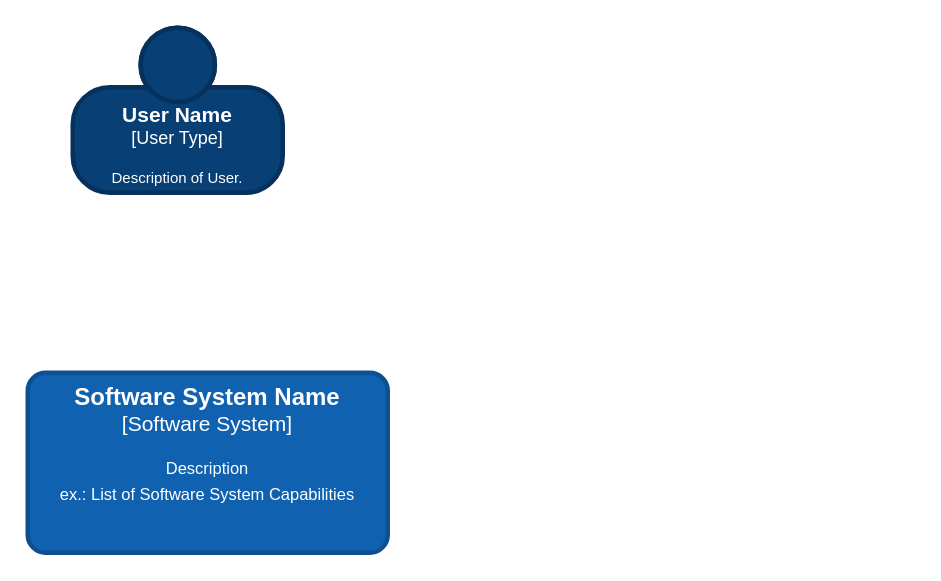
Dmitriys8/drawio keeps this draw.io diagram as Untitled Diagram.drawio. Above is the earlier version. Source tidied: cells renumbered, new cells numbered last; positions are measured from the earlier drawing's top-left corner, leaving out a move shared by most shapes. Both pictures are drawn from the tidied source at 150%, with x=0, y=0 at pixel (27, 27).
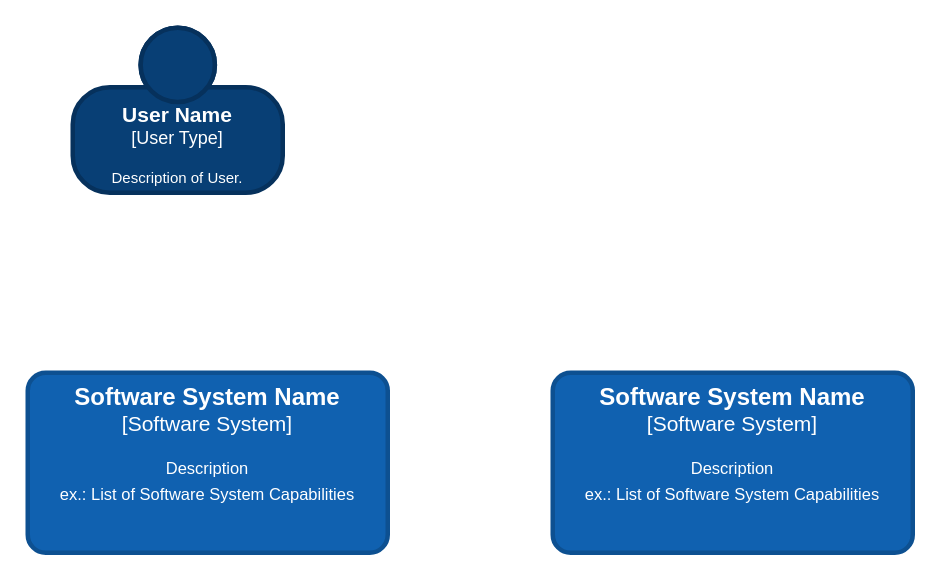
The same diagram, later.

Change to the diagram source:
```diff
@@
 <mxGraphModel>
   <root>
     <mxCell id="0" />
     <mxCell id="1" parent="0" />
     <object id="2" label="&lt;font size=&quot;1&quot;&gt;&lt;b style=&quot;font-size: 14px;&quot;&gt;%c4Name%&lt;/b&gt;&lt;/font&gt;&lt;div&gt;&lt;font style=&quot;font-size: 12px;&quot;&gt;[%c4Type%]&lt;/font&gt;&lt;/div&gt;&lt;br style=&quot;font-size: 14px;&quot;&gt;&lt;div&gt;&lt;font style=&quot;font-size: 10px;&quot;&gt;%c4Description%&lt;/font&gt;&lt;/div&gt;" c4Description="Description of User." c4Name="User Name" c4Type="User Type" placeholders="1">
       <mxCell style="html=1;fontSize=11;dashed=0;whitespace=wrap;fillColor=#083F75;strokeColor=#06315C;fontColor=#fff;shape=mxgraph.c4.person2;align=center;strokeWidth=3;spacingTop=6;whiteSpace=wrap;" parent="1" vertex="1">
         <mxGeometry x="30" width="140" height="110" as="geometry" />
       </mxCell>
     </object>
     <object id="3" label="&lt;font style=&quot;font-size: 16px;&quot;&gt;&lt;b&gt;%c4Name%&lt;/b&gt;&lt;/font&gt;&lt;div style=&quot;font-size: 14px;&quot;&gt;[Software System]&lt;/div&gt;&lt;br style=&quot;font-size: 14px;&quot;&gt;&lt;div style=&quot;font-size: 14px;&quot;&gt;&lt;font style=&quot;font-size: 11px;&quot;&gt;%c4Description%&lt;/font&gt;&lt;/div&gt;" c4Description="Description&#10;ex.: List of Software System Capabilities" c4Name="Software System Name" placeholders="1">
       <mxCell style="rounded=1;whiteSpace=wrap;html=1;labelBackgroundColor=none;fillColor=#1061B0;fontColor=#fff;align=center;arcSize=10;strokeColor=#0D5091;fontSize=10;strokeWidth=3;verticalAlign=top;" parent="1" vertex="1">
         <mxGeometry y="230" width="240" height="120" as="geometry" />
       </mxCell>
     </object>
+    <object id="4" label="&lt;font style=&quot;font-size: 16px;&quot;&gt;&lt;b&gt;%c4Name%&lt;/b&gt;&lt;/font&gt;&lt;div style=&quot;font-size: 14px;&quot;&gt;[Software System]&lt;/div&gt;&lt;br style=&quot;font-size: 14px;&quot;&gt;&lt;div style=&quot;font-size: 14px;&quot;&gt;&lt;font style=&quot;font-size: 11px;&quot;&gt;%c4Description%&lt;/font&gt;&lt;/div&gt;" c4Description="Description&#10;ex.: List of Software System Capabilities" c4Name="Software System Name" placeholders="1">
+      <mxCell style="rounded=1;whiteSpace=wrap;html=1;labelBackgroundColor=none;fillColor=#1061B0;fontColor=#fff;align=center;arcSize=10;strokeColor=#0D5091;fontSize=10;strokeWidth=3;verticalAlign=top;" parent="1" vertex="1">
+        <mxGeometry x="350" y="230" width="240" height="120" as="geometry" />
+      </mxCell>
+    </object>
   </root>
 </mxGraphModel>
```
